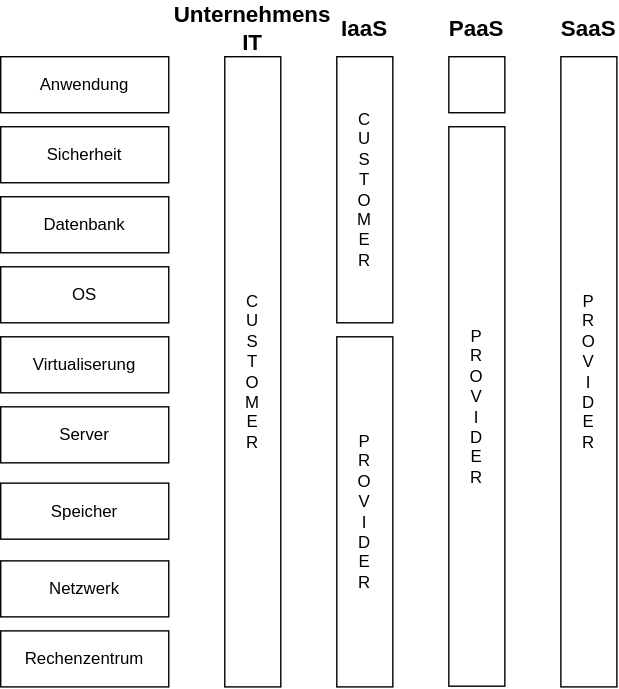
Above: PRO/resources/it-aufbau.svg in importPI19fromDHGE/dhge-pi19-sem3 (draw.io), before the change. Source tidied: cells renumbered, new cells last; positions are measured from the earlier drawing's top-left corner, leaving out a move shared by most shapes.
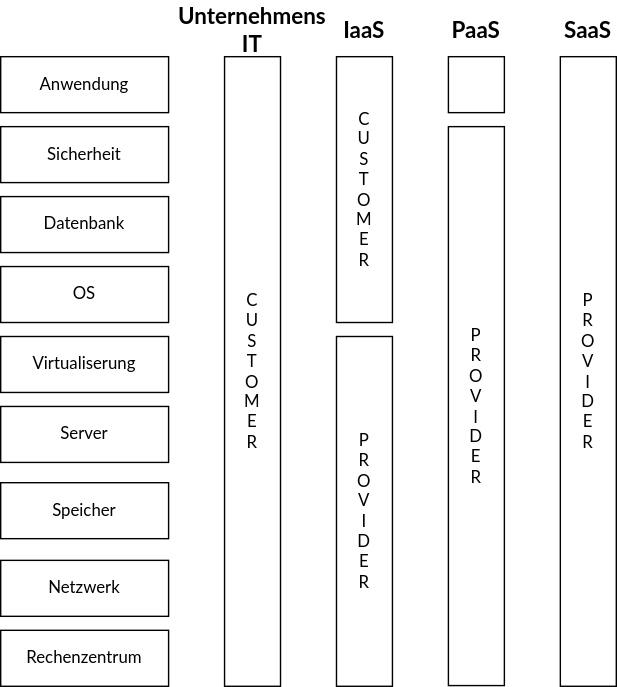
After the change.

Commit message:
try Lato font

Change to the diagram source:
```diff
@@ -2,61 +2,61 @@
   <root>
     <mxCell id="0" />
     <mxCell id="1" parent="0" />
-    <mxCell id="2" value="Anwendung" style="rounded=0;whiteSpace=wrap;html=1;" parent="1" vertex="1">
+    <mxCell id="2" value="Anwendung" style="rounded=0;whiteSpace=wrap;html=1;fontFamily=Lato;fontSource=https%3A%2F%2Ffonts.googleapis.com%2Fcss%3Ffamily%3DLato;" parent="1" vertex="1">
       <mxGeometry y="40" width="120" height="40" as="geometry" />
     </mxCell>
-    <mxCell id="3" value="Sicherheit" style="rounded=0;whiteSpace=wrap;html=1;" parent="1" vertex="1">
+    <mxCell id="3" value="Sicherheit" style="rounded=0;whiteSpace=wrap;html=1;fontFamily=Lato;fontSource=https%3A%2F%2Ffonts.googleapis.com%2Fcss%3Ffamily%3DLato;" parent="1" vertex="1">
       <mxGeometry y="90" width="120" height="40" as="geometry" />
     </mxCell>
-    <mxCell id="4" value="Datenbank" style="rounded=0;whiteSpace=wrap;html=1;" parent="1" vertex="1">
+    <mxCell id="4" value="Datenbank" style="rounded=0;whiteSpace=wrap;html=1;fontFamily=Lato;fontSource=https%3A%2F%2Ffonts.googleapis.com%2Fcss%3Ffamily%3DLato;" parent="1" vertex="1">
       <mxGeometry y="140" width="120" height="40" as="geometry" />
     </mxCell>
-    <mxCell id="5" value="OS" style="rounded=0;whiteSpace=wrap;html=1;" parent="1" vertex="1">
+    <mxCell id="5" value="OS" style="rounded=0;whiteSpace=wrap;html=1;fontFamily=Lato;fontSource=https%3A%2F%2Ffonts.googleapis.com%2Fcss%3Ffamily%3DLato;" parent="1" vertex="1">
       <mxGeometry y="190" width="120" height="40" as="geometry" />
     </mxCell>
-    <mxCell id="6" value="Virtualiserung" style="rounded=0;whiteSpace=wrap;html=1;" parent="1" vertex="1">
+    <mxCell id="6" value="Virtualiserung" style="rounded=0;whiteSpace=wrap;html=1;fontFamily=Lato;fontSource=https%3A%2F%2Ffonts.googleapis.com%2Fcss%3Ffamily%3DLato;" parent="1" vertex="1">
       <mxGeometry y="240" width="120" height="40" as="geometry" />
     </mxCell>
-    <mxCell id="7" value="Server" style="rounded=0;whiteSpace=wrap;html=1;" parent="1" vertex="1">
+    <mxCell id="7" value="Server" style="rounded=0;whiteSpace=wrap;html=1;fontFamily=Lato;fontSource=https%3A%2F%2Ffonts.googleapis.com%2Fcss%3Ffamily%3DLato;" parent="1" vertex="1">
       <mxGeometry y="290" width="120" height="40" as="geometry" />
     </mxCell>
-    <mxCell id="8" value="Speicher" style="rounded=0;whiteSpace=wrap;html=1;" parent="1" vertex="1">
+    <mxCell id="8" value="Speicher" style="rounded=0;whiteSpace=wrap;html=1;fontFamily=Lato;fontSource=https%3A%2F%2Ffonts.googleapis.com%2Fcss%3Ffamily%3DLato;" parent="1" vertex="1">
       <mxGeometry y="344.5" width="120" height="40" as="geometry" />
     </mxCell>
-    <mxCell id="9" value="Netzwerk" style="rounded=0;whiteSpace=wrap;html=1;" parent="1" vertex="1">
+    <mxCell id="9" value="Netzwerk" style="rounded=0;whiteSpace=wrap;html=1;fontFamily=Lato;fontSource=https%3A%2F%2Ffonts.googleapis.com%2Fcss%3Ffamily%3DLato;" parent="1" vertex="1">
       <mxGeometry y="400" width="120" height="40" as="geometry" />
     </mxCell>
-    <mxCell id="10" value="Rechenzentrum" style="rounded=0;whiteSpace=wrap;html=1;" parent="1" vertex="1">
+    <mxCell id="10" value="Rechenzentrum" style="rounded=0;whiteSpace=wrap;html=1;fontFamily=Lato;fontSource=https%3A%2F%2Ffonts.googleapis.com%2Fcss%3Ffamily%3DLato;" parent="1" vertex="1">
       <mxGeometry y="450" width="120" height="40" as="geometry" />
     </mxCell>
-    <mxCell id="11" value="C&lt;br&gt;U&lt;br&gt;S&lt;br&gt;T&lt;br&gt;O&lt;br&gt;M&lt;br&gt;E&lt;br&gt;R" style="rounded=0;whiteSpace=wrap;html=1;" parent="1" vertex="1">
-      <mxGeometry x="160" y="40" width="40" height="450" as="geometry" />
-    </mxCell>
-    <mxCell id="12" value="C&lt;br&gt;U&lt;br&gt;S&lt;br&gt;T&lt;br&gt;O&lt;br&gt;M&lt;br&gt;E&lt;br&gt;R" style="rounded=0;whiteSpace=wrap;html=1;" parent="1" vertex="1">
-      <mxGeometry x="240" y="40" width="40" height="190" as="geometry" />
-    </mxCell>
-    <mxCell id="13" style="rounded=0;whiteSpace=wrap;html=1;" parent="1" vertex="1">
-      <mxGeometry x="320" y="40" width="40" height="40" as="geometry" />
-    </mxCell>
-    <mxCell id="14" value="P&lt;br&gt;R&lt;br&gt;O&lt;br&gt;V&lt;br&gt;I&lt;br&gt;D&lt;br&gt;E&lt;br&gt;R" style="rounded=0;whiteSpace=wrap;html=1;" parent="1" vertex="1">
-      <mxGeometry x="240" y="240" width="40" height="250" as="geometry" />
-    </mxCell>
-    <mxCell id="15" value="P&lt;br&gt;R&lt;br&gt;O&lt;br&gt;V&lt;br&gt;I&lt;br&gt;D&lt;br&gt;E&lt;br&gt;R" style="rounded=0;whiteSpace=wrap;html=1;" parent="1" vertex="1">
-      <mxGeometry x="320" y="90" width="40" height="399.5" as="geometry" />
-    </mxCell>
-    <mxCell id="16" value="P&lt;br&gt;R&lt;br&gt;O&lt;br&gt;V&lt;br&gt;I&lt;br&gt;D&lt;br&gt;E&lt;br&gt;R" style="rounded=0;whiteSpace=wrap;html=1;" parent="1" vertex="1">
-      <mxGeometry x="400" y="40" width="40" height="450" as="geometry" />
-    </mxCell>
+    <mxCell id="21" value="C&lt;br&gt;U&lt;br&gt;S&lt;br&gt;T&lt;br&gt;O&lt;br&gt;M&lt;br&gt;E&lt;br&gt;R" style="rounded=0;whiteSpace=wrap;html=1;fontFamily=Lato;fontSource=https%3A%2F%2Ffonts.googleapis.com%2Fcss%3Ffamily%3DLato;" parent="1" vertex="1">
+      <mxGeometry x="160" y="40" width="40" height="450" as="geometry" />
+    </mxCell>
+    <mxCell id="22" value="C&lt;br&gt;U&lt;br&gt;S&lt;br&gt;T&lt;br&gt;O&lt;br&gt;M&lt;br&gt;E&lt;br&gt;R" style="rounded=0;whiteSpace=wrap;html=1;fontFamily=Lato;fontSource=https%3A%2F%2Ffonts.googleapis.com%2Fcss%3Ffamily%3DLato;" parent="1" vertex="1">
+      <mxGeometry x="240" y="40" width="40" height="190" as="geometry" />
+    </mxCell>
+    <mxCell id="23" style="rounded=0;whiteSpace=wrap;html=1;fontFamily=Lato;fontSource=https%3A%2F%2Ffonts.googleapis.com%2Fcss%3Ffamily%3DLato;" parent="1" vertex="1">
+      <mxGeometry x="320" y="40" width="40" height="40" as="geometry" />
+    </mxCell>
+    <mxCell id="24" value="P&lt;br&gt;R&lt;br&gt;O&lt;br&gt;V&lt;br&gt;I&lt;br&gt;D&lt;br&gt;E&lt;br&gt;R" style="rounded=0;whiteSpace=wrap;html=1;fontFamily=Lato;fontSource=https%3A%2F%2Ffonts.googleapis.com%2Fcss%3Ffamily%3DLato;" parent="1" vertex="1">
+      <mxGeometry x="240" y="240" width="40" height="250" as="geometry" />
+    </mxCell>
+    <mxCell id="25" value="P&lt;br&gt;R&lt;br&gt;O&lt;br&gt;V&lt;br&gt;I&lt;br&gt;D&lt;br&gt;E&lt;br&gt;R" style="rounded=0;whiteSpace=wrap;html=1;fontFamily=Lato;fontSource=https%3A%2F%2Ffonts.googleapis.com%2Fcss%3Ffamily%3DLato;" parent="1" vertex="1">
+      <mxGeometry x="320" y="90" width="40" height="399.5" as="geometry" />
+    </mxCell>
+    <mxCell id="26" value="P&lt;br&gt;R&lt;br&gt;O&lt;br&gt;V&lt;br&gt;I&lt;br&gt;D&lt;br&gt;E&lt;br&gt;R" style="rounded=0;whiteSpace=wrap;html=1;fontFamily=Lato;fontSource=https%3A%2F%2Ffonts.googleapis.com%2Fcss%3Ffamily%3DLato;" parent="1" vertex="1">
+      <mxGeometry x="400" y="40" width="40" height="450" as="geometry" />
+    </mxCell>
-    <mxCell id="17" value="IaaS" style="text;html=1;strokeColor=none;fillColor=none;align=center;verticalAlign=middle;whiteSpace=wrap;rounded=0;fontSize=16;fontStyle=1;" parent="1" vertex="1">
+    <mxCell id="17" value="IaaS" style="text;html=1;strokeColor=none;fillColor=none;align=center;verticalAlign=middle;whiteSpace=wrap;rounded=0;fontSize=16;fontStyle=1;fontFamily=Lato;fontSource=https%3A%2F%2Ffonts.googleapis.com%2Fcss%3Ffamily%3DLato;" parent="1" vertex="1">
       <mxGeometry x="240" width="40" height="40" as="geometry" />
     </mxCell>
-    <mxCell id="18" value="PaaS" style="text;html=1;strokeColor=none;fillColor=none;align=center;verticalAlign=middle;whiteSpace=wrap;rounded=0;fontSize=16;fontStyle=1;" parent="1" vertex="1">
+    <mxCell id="18" value="PaaS" style="text;html=1;strokeColor=none;fillColor=none;align=center;verticalAlign=middle;whiteSpace=wrap;rounded=0;fontSize=16;fontStyle=1;fontFamily=Lato;fontSource=https%3A%2F%2Ffonts.googleapis.com%2Fcss%3Ffamily%3DLato;" parent="1" vertex="1">
       <mxGeometry x="320" width="40" height="40" as="geometry" />
     </mxCell>
-    <mxCell id="19" value="SaaS" style="text;html=1;strokeColor=none;fillColor=none;align=center;verticalAlign=middle;whiteSpace=wrap;rounded=0;fontSize=16;fontStyle=1;" parent="1" vertex="1">
+    <mxCell id="19" value="SaaS" style="text;html=1;strokeColor=none;fillColor=none;align=center;verticalAlign=middle;whiteSpace=wrap;rounded=0;fontSize=16;fontStyle=1;fontFamily=Lato;fontSource=https%3A%2F%2Ffonts.googleapis.com%2Fcss%3Ffamily%3DLato;" parent="1" vertex="1">
       <mxGeometry x="400" width="40" height="40" as="geometry" />
     </mxCell>
-    <mxCell id="20" value="Unternehmens IT" style="text;html=1;strokeColor=none;fillColor=none;align=center;verticalAlign=middle;whiteSpace=wrap;rounded=0;fontSize=16;fontStyle=1;" parent="1" vertex="1">
+    <mxCell id="20" value="Unternehmens IT" style="text;html=1;strokeColor=none;fillColor=none;align=center;verticalAlign=middle;whiteSpace=wrap;rounded=0;fontSize=16;fontStyle=1;fontFamily=Lato;fontSource=https%3A%2F%2Ffonts.googleapis.com%2Fcss%3Ffamily%3DLato;" parent="1" vertex="1">
       <mxGeometry x="160" width="40" height="40" as="geometry" />
     </mxCell>
   </root>
```
